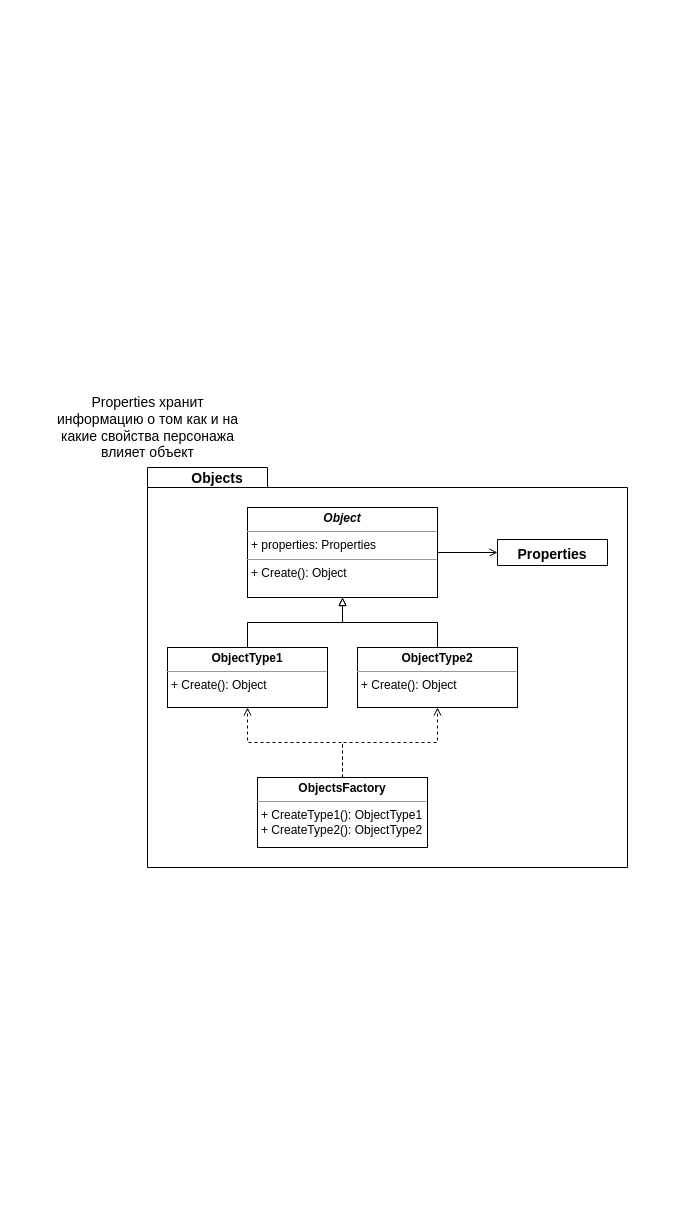
Earlier version of the draw.io diagram page "Artifact" (3 of 7) of Roguelike/roguelike.drawio (victoriafomina/Software-Design). Source tidied: cells renumbered, new cells numbered last; positions are measured from the earlier drawing's top-left corner, leaving out a move shared by most shapes. Both pictures are drawn from the tidied source at 100%, with x=0, y=0 at pixel (48, 407).
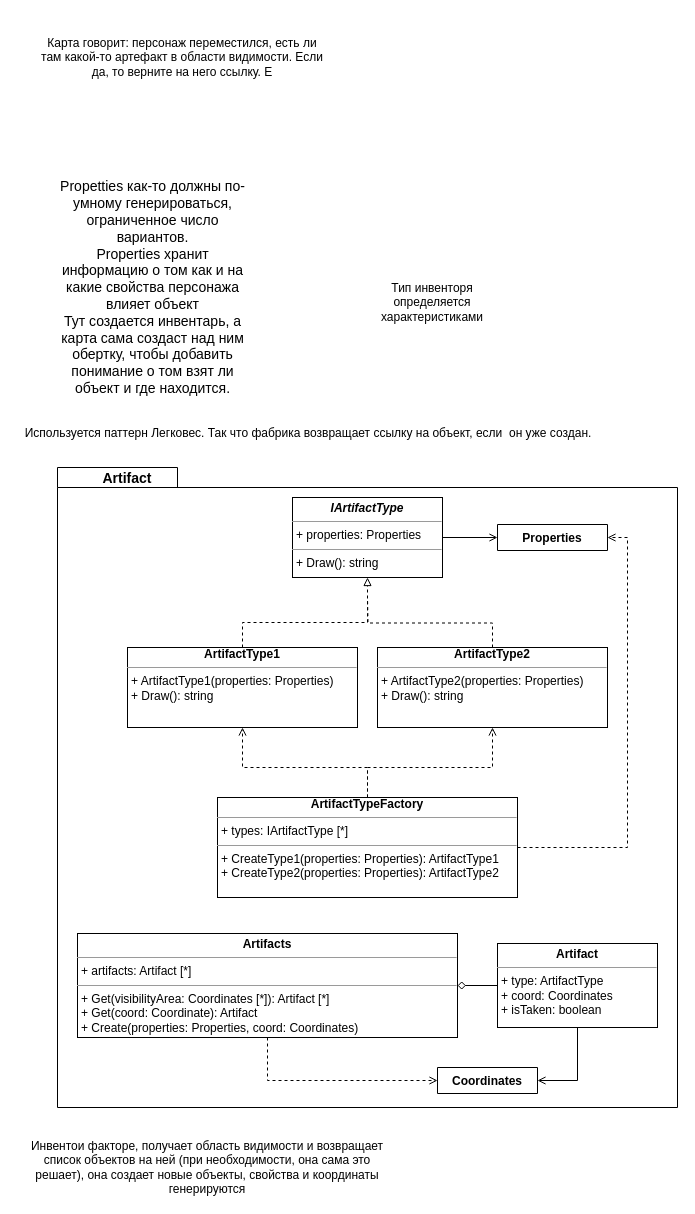
The same page after the edit.

The edit, as a diff of the source:
```diff
@@
     <mxCell id="2" style="shape=folder;fontStyle=1;spacingTop=10;tabWidth=120;tabHeight=20;tabPosition=left;html=1;fontSize=15;" parent="1" vertex="1">
-      <mxGeometry x="99" y="60" width="480" height="400" as="geometry" />
+      <mxGeometry x="9" y="60" width="620" height="640" as="geometry" />
     </mxCell>
-    <mxCell id="3" value="&lt;b&gt;&lt;font style=&quot;font-size: 14px&quot;&gt;Objects&lt;/font&gt;&lt;/b&gt;" style="text;html=1;strokeColor=none;fillColor=none;align=center;verticalAlign=middle;whiteSpace=wrap;rounded=0;fontSize=15;" parent="1" vertex="1">
-      <mxGeometry x="139" y="60" width="60" height="20" as="geometry" />
+    <mxCell id="3" value="&lt;span style=&quot;font-size: 14px&quot;&gt;&lt;b&gt;Artifact&lt;/b&gt;&lt;/span&gt;" style="text;html=1;strokeColor=none;fillColor=none;align=center;verticalAlign=middle;whiteSpace=wrap;rounded=0;fontSize=15;" parent="1" vertex="1">
+      <mxGeometry x="49" y="60" width="60" height="20" as="geometry" />
     </mxCell>
-    <mxCell id="4" style="edgeStyle=orthogonalEdgeStyle;rounded=0;jettySize=auto;html=1;fontSize=14;startArrow=none;startFill=0;endArrow=block;endFill=0;entryX=0.5;entryY=1;entryDx=0;entryDy=0;" parent="1" edge="1" source="8" target="7">
-      <mxGeometry relative="1" as="geometry" />
+    <mxCell id="4" style="edgeStyle=orthogonalEdgeStyle;rounded=0;jettySize=auto;html=1;fontSize=14;startArrow=none;startFill=0;endArrow=block;endFill=0;entryX=0.5;entryY=1;entryDx=0;entryDy=0;exitX=0.5;exitY=0;exitDx=0;exitDy=0;dashed=1;" parent="1" edge="1" source="22">
+      <mxGeometry relative="1" as="geometry">
+        <mxPoint x="319" y="170" as="targetPoint" />
+        <Array as="points">
+          <mxPoint x="194" y="215" />
+          <mxPoint x="319" y="215" />
+        </Array>
+      </mxGeometry>
     </mxCell>
-    <mxCell id="5" style="edgeStyle=orthogonalEdgeStyle;rounded=0;jettySize=auto;html=1;exitX=0.5;exitY=0;exitDx=0;exitDy=0;entryX=0.5;entryY=1;entryDx=0;entryDy=0;fontSize=14;startArrow=none;startFill=0;endArrow=block;endFill=0;" parent="1" edge="1" source="9" target="7">
-      <mxGeometry relative="1" as="geometry" />
-    </mxCell>
-    <mxCell id="6" style="edgeStyle=orthogonalEdgeStyle;rounded=0;jettySize=auto;html=1;exitX=1;exitY=0.5;exitDx=0;exitDy=0;entryX=0;entryY=0.5;entryDx=0;entryDy=0;fontSize=14;startArrow=none;startFill=0;endArrow=open;endFill=0;" parent="1" edge="1" source="7" target="14">
-      <mxGeometry relative="1" as="geometry" />
-    </mxCell>
-    <mxCell id="7" value="&lt;p style=&quot;margin: 0px ; margin-top: 4px ; text-align: center&quot;&gt;&lt;b&gt;&lt;i&gt;Object&lt;/i&gt;&lt;/b&gt;&lt;/p&gt;&lt;hr size=&quot;1&quot;&gt;&lt;p style=&quot;margin: 0px ; margin-left: 4px&quot;&gt;+ properties: Properties&lt;/p&gt;&lt;hr size=&quot;1&quot;&gt;&lt;p style=&quot;margin: 0px ; margin-left: 4px&quot;&gt;+ Create(): Object&lt;/p&gt;" style="verticalAlign=top;align=left;overflow=fill;fontSize=12;fontFamily=Helvetica;html=1;" parent="1" vertex="1">
-      <mxGeometry x="199" y="100" width="190" height="90" as="geometry" />
-    </mxCell>
-    <mxCell id="8" value="&lt;p style=&quot;margin: 0px ; margin-top: 4px ; text-align: center&quot;&gt;&lt;b&gt;ObjectType1&lt;/b&gt;&lt;/p&gt;&lt;hr size=&quot;1&quot;&gt;&lt;p style=&quot;margin: 0px ; margin-left: 4px&quot;&gt;+ Create(): Object&lt;br&gt;&lt;/p&gt;" style="verticalAlign=top;align=left;overflow=fill;fontSize=12;fontFamily=Helvetica;html=1;" parent="1" vertex="1">
-      <mxGeometry x="119" y="240" width="160" height="60" as="geometry" />
-    </mxCell>
-    <mxCell id="9" value="&lt;p style=&quot;margin: 0px ; margin-top: 4px ; text-align: center&quot;&gt;&lt;b&gt;ObjectType2&lt;/b&gt;&lt;/p&gt;&lt;hr size=&quot;1&quot;&gt;&lt;p style=&quot;margin: 0px ; margin-left: 4px&quot;&gt;&lt;/p&gt;&lt;p style=&quot;margin: 0px ; margin-left: 4px&quot;&gt;+ Create(): Object&lt;br&gt;&lt;/p&gt;" style="verticalAlign=top;align=left;overflow=fill;fontSize=12;fontFamily=Helvetica;html=1;" parent="1" vertex="1">
-      <mxGeometry x="309" y="240" width="160" height="60" as="geometry" />
-    </mxCell>
-    <mxCell id="10" style="edgeStyle=orthogonalEdgeStyle;rounded=0;jettySize=auto;html=1;exitX=0.5;exitY=0;exitDx=0;exitDy=0;entryX=0.5;entryY=1;entryDx=0;entryDy=0;fontSize=14;startArrow=none;startFill=0;endArrow=open;endFill=0;dashed=1;" parent="1" edge="1" source="12" target="8">
-      <mxGeometry relative="1" as="geometry" />
-    </mxCell>
-    <mxCell id="11" style="edgeStyle=orthogonalEdgeStyle;rounded=0;jettySize=auto;html=1;exitX=0.5;exitY=0;exitDx=0;exitDy=0;fontSize=14;startArrow=none;startFill=0;endArrow=open;endFill=0;dashed=1;" parent="1" edge="1" source="12" target="9">
-      <mxGeometry relative="1" as="geometry" />
-    </mxCell>
-    <mxCell id="12" value="&lt;p style=&quot;margin: 0px ; margin-top: 4px ; text-align: center&quot;&gt;&lt;b&gt;ObjectsFactory&lt;/b&gt;&lt;/p&gt;&lt;hr size=&quot;1&quot;&gt;&lt;p style=&quot;margin: 0px ; margin-left: 4px&quot;&gt;+ CreateType1(): ObjectType1&lt;br&gt;+ CreateType2(): ObjectType2&lt;/p&gt;" style="verticalAlign=top;align=left;overflow=fill;fontSize=12;fontFamily=Helvetica;html=1;" parent="1" vertex="1">
-      <mxGeometry x="209" y="370" width="170" height="70" as="geometry" />
-    </mxCell>
@@
-    <mxCell id="14" value="Properties" style="swimlane;fontStyle=1;align=center;verticalAlign=top;horizontal=1;startSize=26;fontSize=14;" parent="1" vertex="1" collapsed="1">
-      <mxGeometry x="449" y="132" width="110" height="26" as="geometry" />
+    <mxCell id="14" value="Properties" style="swimlane;fontStyle=1;align=center;verticalAlign=top;horizontal=1;startSize=26;fontSize=12;" parent="1" vertex="1" collapsed="1">
+      <mxGeometry x="449" y="117" width="110" height="26" as="geometry" />
     </mxCell>
-    <mxCell id="15" value="Properties хранит информацию о том как и на какие свойства персонажа влияет объект" style="text;html=1;strokeColor=none;fillColor=none;align=center;verticalAlign=middle;whiteSpace=wrap;rounded=0;fontSize=14;" parent="1" vertex="1">
-      <mxGeometry width="199" height="40" as="geometry" />
+    <mxCell id="15" value="Propetties как-то должны по-умному генерироваться, ограниченное число вариантов.&lt;br&gt;Properties хранит информацию о том как и на какие свойства персонажа влияет объект&lt;br&gt;Тут создается инвентарь, а карта сама создаст над ним обертку, чтобы добавить понимание о том взят ли объект и где находится." style="text;html=1;strokeColor=none;fillColor=none;align=center;verticalAlign=middle;whiteSpace=wrap;rounded=0;fontSize=14;" parent="1" vertex="1">
+      <mxGeometry x="5" y="-230" width="199" height="220" as="geometry" />
     </mxCell>
+    <mxCell id="16" style="edgeStyle=orthogonalEdgeStyle;rounded=0;jettySize=auto;html=1;exitX=0.5;exitY=0;exitDx=0;exitDy=0;endArrow=open;endFill=0;dashed=1;entryX=0.5;entryY=1;entryDx=0;entryDy=0;" parent="1" edge="1" source="19" target="22">
+      <mxGeometry relative="1" as="geometry">
+        <Array as="points">
+          <mxPoint x="319" y="360" />
+          <mxPoint x="194" y="360" />
+        </Array>
+      </mxGeometry>
+    </mxCell>
+    <mxCell id="17" style="edgeStyle=orthogonalEdgeStyle;rounded=0;jettySize=auto;html=1;exitX=0.5;exitY=0;exitDx=0;exitDy=0;endArrow=open;endFill=0;dashed=1;" parent="1" edge="1" source="19" target="24">
+      <mxGeometry relative="1" as="geometry">
+        <Array as="points">
+          <mxPoint x="319" y="360" />
+          <mxPoint x="444" y="360" />
+        </Array>
+      </mxGeometry>
+    </mxCell>
+    <mxCell id="18" style="edgeStyle=orthogonalEdgeStyle;rounded=0;jettySize=auto;html=1;exitX=1;exitY=0.5;exitDx=0;exitDy=0;entryX=1;entryY=0.5;entryDx=0;entryDy=0;dashed=1;fontSize=15;endArrow=open;endFill=0;" parent="1" edge="1" source="19" target="14">
+      <mxGeometry relative="1" as="geometry" />
+    </mxCell>
+    <mxCell id="19" value="&lt;div style=&quot;text-align: center&quot;&gt;&lt;span&gt;&lt;b&gt;Artifact&lt;/b&gt;&lt;/span&gt;&lt;b&gt;TypeFactory&lt;/b&gt;&lt;/div&gt;&lt;hr size=&quot;1&quot;&gt;&lt;p style=&quot;margin: 0px ; margin-left: 4px&quot;&gt;+ types: IArtifactType [*]&lt;/p&gt;&lt;hr size=&quot;1&quot;&gt;&lt;p style=&quot;margin: 0px ; margin-left: 4px&quot;&gt;&lt;span&gt;+ CreateType1(properties: Properties): ArtifactType1&lt;/span&gt;&lt;br&gt;&lt;/p&gt;&lt;p style=&quot;margin: 0px ; margin-left: 4px&quot;&gt;+ CreateType2(properties: Properties): ArtifactType2&lt;br&gt;&lt;/p&gt;" style="verticalAlign=top;align=left;overflow=fill;fontSize=12;fontFamily=Helvetica;html=1;" parent="1" vertex="1">
+      <mxGeometry x="169" y="390" width="300" height="100" as="geometry" />
+    </mxCell>
+    <mxCell id="20" value="Используется паттерн Легковес. Так что фабрика возвращает ссылку на объект, если  он уже создан." style="text;align=center;fontStyle=0;verticalAlign=middle;spacingLeft=3;spacingRight=3;strokeColor=none;fontSize=12;" parent="1" vertex="1">
+      <mxGeometry x="5" y="-10" width="510" height="70" as="geometry" />
+    </mxCell>
+    <mxCell id="21" value="Тип инвенторя определяется характеристиками" style="text;html=1;strokeColor=none;fillColor=none;align=center;verticalAlign=middle;whiteSpace=wrap;rounded=0;" parent="1" vertex="1">
+      <mxGeometry x="309" y="-130" width="150" height="50" as="geometry" />
+    </mxCell>
+    <mxCell id="22" value="&lt;div style=&quot;text-align: center&quot;&gt;&lt;span&gt;&lt;b&gt;Artifact&lt;/b&gt;&lt;/span&gt;&lt;span style=&quot;font-weight: 700&quot;&gt;Type1&lt;/span&gt;&lt;/div&gt;&lt;hr size=&quot;1&quot;&gt;&lt;p style=&quot;margin: 0px ; margin-left: 4px&quot;&gt;+ ArtifactType1(properties: Properties)&lt;br&gt;+ Draw(): string&lt;/p&gt;" style="verticalAlign=top;align=left;overflow=fill;fontSize=12;fontFamily=Helvetica;html=1;" parent="1" vertex="1">
+      <mxGeometry x="79" y="240" width="230" height="80" as="geometry" />
+    </mxCell>
+    <mxCell id="23" style="edgeStyle=orthogonalEdgeStyle;rounded=0;jettySize=auto;html=1;exitX=0.5;exitY=0;exitDx=0;exitDy=0;endArrow=none;endFill=0;dashed=1;" parent="1" edge="1" source="24">
+      <mxGeometry relative="1" as="geometry">
+        <mxPoint x="319" y="190" as="targetPoint" />
+      </mxGeometry>
+    </mxCell>
+    <mxCell id="24" value="&lt;div style=&quot;text-align: center&quot;&gt;&lt;span&gt;&lt;b&gt;Artifact&lt;/b&gt;&lt;/span&gt;&lt;span style=&quot;font-weight: 700&quot;&gt;Type2&lt;/span&gt;&lt;/div&gt;&lt;hr size=&quot;1&quot;&gt;&lt;p style=&quot;margin: 0px ; margin-left: 4px&quot;&gt;+ ArtifactType2(properties: Properties)&lt;br&gt;+ Draw(): string&lt;/p&gt;" style="verticalAlign=top;align=left;overflow=fill;fontSize=12;fontFamily=Helvetica;html=1;" parent="1" vertex="1">
+      <mxGeometry x="329" y="240" width="230" height="80" as="geometry" />
+    </mxCell>
+    <mxCell id="25" style="edgeStyle=orthogonalEdgeStyle;rounded=0;jettySize=auto;html=1;exitX=1;exitY=0.5;exitDx=0;exitDy=0;entryX=0;entryY=0.5;entryDx=0;entryDy=0;fontSize=15;endArrow=none;endFill=0;startArrow=diamond;startFill=0;" parent="1" edge="1" source="27" target="32">
+      <mxGeometry relative="1" as="geometry" />
+    </mxCell>
+    <mxCell id="26" style="edgeStyle=orthogonalEdgeStyle;rounded=0;jettySize=auto;html=1;exitX=0.5;exitY=1;exitDx=0;exitDy=0;entryX=0;entryY=0.5;entryDx=0;entryDy=0;fontSize=15;startArrow=none;startFill=0;endArrow=open;endFill=0;dashed=1;" parent="1" edge="1" source="27" target="28">
+      <mxGeometry relative="1" as="geometry" />
+    </mxCell>
+    <mxCell id="27" value="&lt;p style=&quot;margin: 0px ; margin-top: 4px ; text-align: center&quot;&gt;&lt;b&gt;Artifacts&lt;/b&gt;&lt;br&gt;&lt;/p&gt;&lt;hr size=&quot;1&quot;&gt;&lt;p style=&quot;margin: 0px ; margin-left: 4px&quot;&gt;+ artifacts: Artifact [*]&lt;br&gt;&lt;/p&gt;&lt;hr size=&quot;1&quot;&gt;&lt;p style=&quot;margin: 0px ; margin-left: 4px&quot;&gt;+ Get(visibilityArea: Coordinates [*]): Artifact [*]&lt;/p&gt;&lt;p style=&quot;margin: 0px ; margin-left: 4px&quot;&gt;+ Get(coord: Coordinate): Artifact&lt;/p&gt;&lt;p style=&quot;margin: 0px ; margin-left: 4px&quot;&gt;+ Create(properties: Properties, coord: Coordinates)&lt;/p&gt;" style="verticalAlign=top;align=left;overflow=fill;fontSize=12;fontFamily=Helvetica;html=1;" parent="1" vertex="1">
+      <mxGeometry x="29" y="526" width="380" height="104" as="geometry" />
+    </mxCell>
+    <mxCell id="28" value="Coordinates" style="swimlane;fontStyle=1;align=center;verticalAlign=top;horizontal=1;startSize=26;" parent="1" vertex="1" collapsed="1">
+      <mxGeometry x="389" y="660" width="100" height="26" as="geometry" />
+    </mxCell>
+    <mxCell id="29" value="Карта говорит: персонаж переместился, есть ли там какой-то артефакт в области видимости. Если да, то верните на него ссылку. Е" style="text;html=1;strokeColor=none;fillColor=none;align=center;verticalAlign=middle;whiteSpace=wrap;rounded=0;" parent="1" vertex="1">
+      <mxGeometry x="-11" y="-390" width="290" height="80" as="geometry" />
+    </mxCell>
+    <mxCell id="30" value="Инвентои факторе, получает область видимости и возвращает список объектов на ней (при необходимости, она сама это решает), она создает новые объекты, свойства и координаты генерируются" style="text;html=1;strokeColor=none;fillColor=none;align=center;verticalAlign=middle;whiteSpace=wrap;rounded=0;" parent="1" vertex="1">
+      <mxGeometry x="-31" y="730" width="380" height="60" as="geometry" />
+    </mxCell>
+    <mxCell id="31" style="edgeStyle=orthogonalEdgeStyle;rounded=0;jettySize=auto;html=1;exitX=0.5;exitY=1;exitDx=0;exitDy=0;entryX=1;entryY=0.5;entryDx=0;entryDy=0;fontSize=15;startArrow=none;startFill=0;endArrow=open;endFill=0;" parent="1" edge="1" source="32" target="28">
+      <mxGeometry relative="1" as="geometry" />
+    </mxCell>
+    <mxCell id="32" value="&lt;p style=&quot;margin: 0px ; margin-top: 4px ; text-align: center&quot;&gt;&lt;b&gt;Artifact&lt;/b&gt;&lt;br&gt;&lt;/p&gt;&lt;hr size=&quot;1&quot;&gt;&lt;p style=&quot;margin: 0px 0px 0px 4px&quot;&gt;+ type: ArtifactType&lt;br&gt;+ coord: Coordinates&lt;br&gt;+ isTaken: boolean&lt;br&gt;&lt;/p&gt;" style="verticalAlign=top;align=left;overflow=fill;fontSize=12;fontFamily=Helvetica;html=1;" parent="1" vertex="1">
+      <mxGeometry x="449" y="536" width="160" height="84" as="geometry" />
+    </mxCell>
+    <mxCell id="33" style="edgeStyle=orthogonalEdgeStyle;rounded=0;jettySize=auto;html=1;exitX=1;exitY=0.5;exitDx=0;exitDy=0;entryX=0;entryY=0.5;entryDx=0;entryDy=0;endArrow=open;endFill=0;" parent="1" edge="1" source="34" target="14">
+      <mxGeometry relative="1" as="geometry" />
+    </mxCell>
+    <mxCell id="34" value="&lt;p style=&quot;margin: 0px ; margin-top: 4px ; text-align: center&quot;&gt;&lt;i&gt;&lt;b&gt;IArtifactType&lt;/b&gt;&lt;/i&gt;&lt;br&gt;&lt;/p&gt;&lt;hr size=&quot;1&quot;&gt;&lt;p style=&quot;margin: 0px ; margin-left: 4px&quot;&gt;+ properties: Properties&lt;/p&gt;&lt;hr size=&quot;1&quot;&gt;&lt;p style=&quot;margin: 0px ; margin-left: 4px&quot;&gt;+ Draw(): string&lt;/p&gt;" style="verticalAlign=top;align=left;overflow=fill;fontSize=12;fontFamily=Helvetica;html=1;" parent="1" vertex="1">
+      <mxGeometry x="244" y="90" width="150" height="80" as="geometry" />
+    </mxCell>
+    <mxCell id="35" style="edgeStyle=orthogonalEdgeStyle;rounded=0;orthogonalLoop=1;jettySize=auto;html=1;exitX=0.5;exitY=1;exitDx=0;exitDy=0;endArrow=none;endFill=0;" parent="1" edge="1" source="14" target="14">
+      <mxGeometry relative="1" as="geometry" />
+    </mxCell>
```
